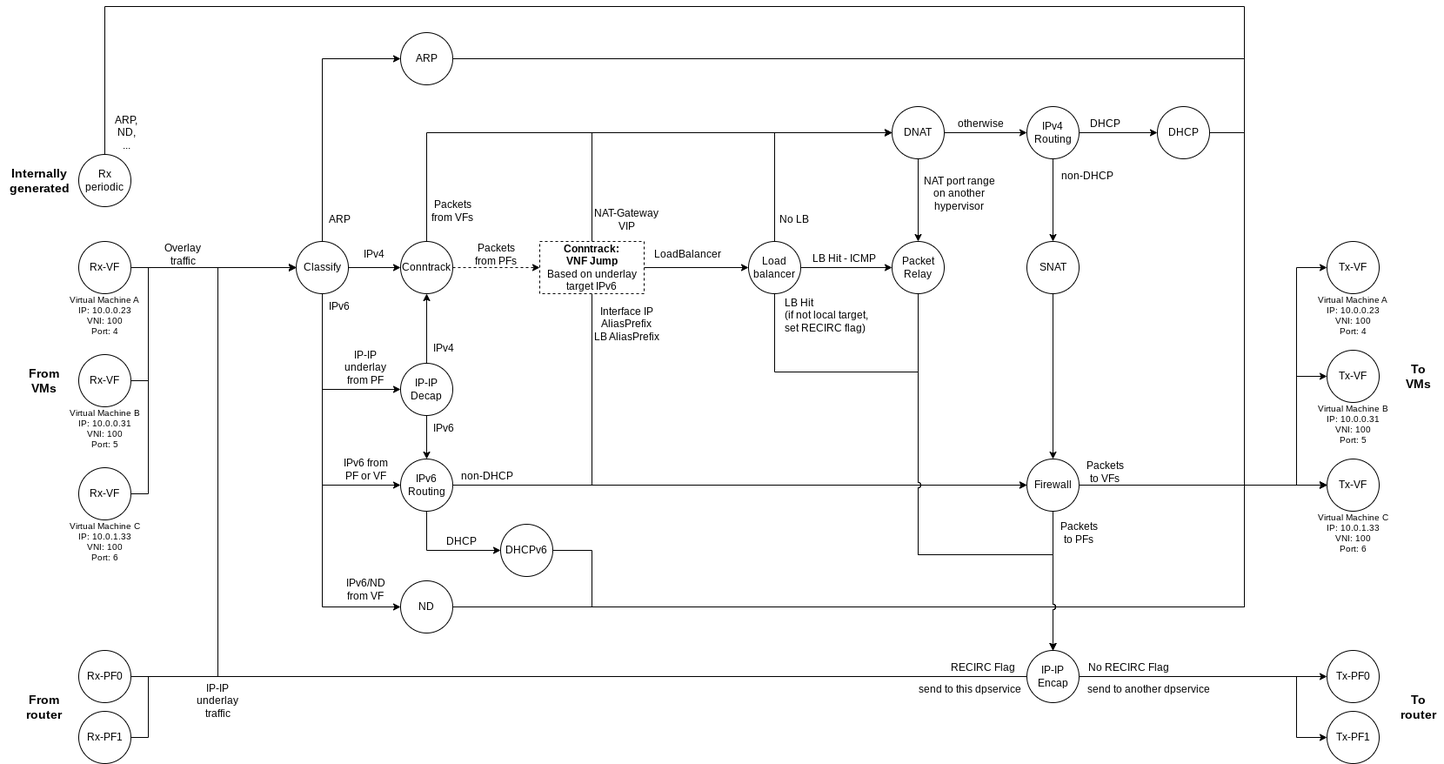
Above: docs/sys_design/dpservice_dataplane.drawio.png in ironcore-dev/dpservice (draw.io), before the change. Source tidied: cells renumbered, new cells last; positions are measured from the earlier drawing's top-left corner, leaving out a move shared by most shapes.
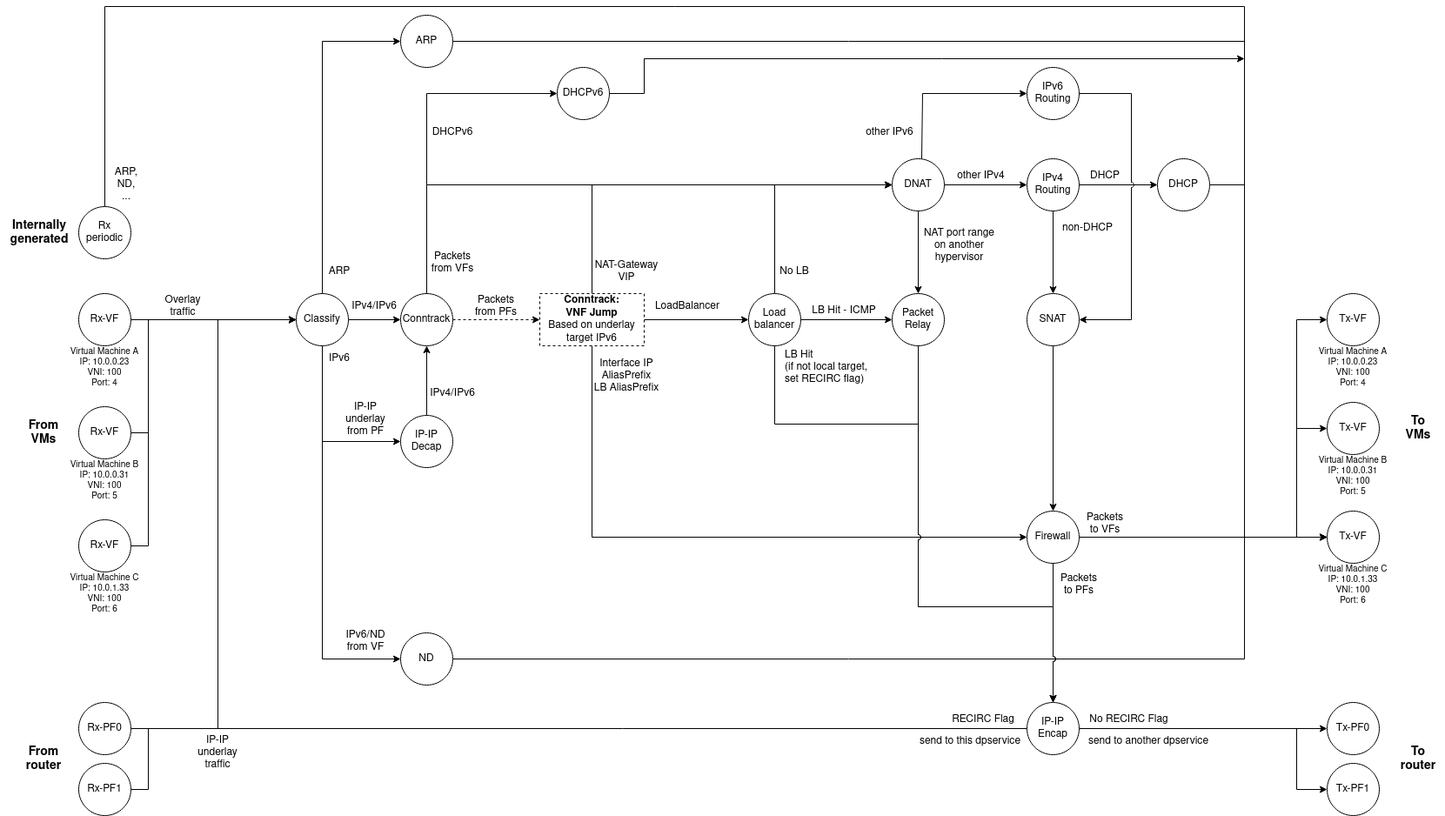
The same diagram one commit later.

Commit message:
Modify dataplane drawing to reflect ipv6 changes

The edit, as a diff of the source:
```diff
@@ -2,9 +2,6 @@
   <root>
     <mxCell id="0" />
     <mxCell id="1" parent="0" />
-    <mxCell id="2" style="edgeStyle=orthogonalEdgeStyle;rounded=0;jettySize=auto;html=1;exitX=1;exitY=0.5;exitDx=0;exitDy=0;entryX=0;entryY=0.5;entryDx=0;entryDy=0;" parent="1" edge="1" source="73" target="22">
-      <mxGeometry relative="1" as="geometry" />
-    </mxCell>
     <mxCell id="3" style="edgeStyle=orthogonalEdgeStyle;rounded=0;jettySize=auto;html=1;exitX=0.5;exitY=1;exitDx=0;exitDy=0;entryX=0;entryY=0.5;entryDx=0;entryDy=0;" parent="1" edge="1" source="84" target="22">
       <mxGeometry relative="1" as="geometry" />
     </mxCell>
@@ -64,9 +61,6 @@
     <mxCell id="18" style="edgeStyle=orthogonalEdgeStyle;rounded=0;jettySize=auto;html=1;exitX=0.5;exitY=1;exitDx=0;exitDy=0;entryX=0;entryY=0.5;entryDx=0;entryDy=0;" parent="1" edge="1" source="20" target="47">
       <mxGeometry relative="1" as="geometry" />
     </mxCell>
-    <mxCell id="19" style="edgeStyle=orthogonalEdgeStyle;rounded=0;jettySize=auto;html=1;exitX=0.5;exitY=1;exitDx=0;exitDy=0;entryX=0;entryY=0.5;entryDx=0;entryDy=0;" parent="1" edge="1" source="20" target="73">
-      <mxGeometry relative="1" as="geometry" />
-    </mxCell>
     <mxCell id="20" value="Classify" style="ellipse;whiteSpace=wrap;html=1;" parent="1" vertex="1">
       <mxGeometry x="340" y="270" width="60" height="60" as="geometry" />
     </mxCell>
@@ -169,13 +163,14 @@
     <mxCell id="44" style="edgeStyle=orthogonalEdgeStyle;rounded=0;jettySize=auto;html=1;exitX=1;exitY=0.5;exitDx=0;exitDy=0;entryX=0;entryY=0.5;entryDx=0;entryDy=0;" parent="1" edge="1" source="45" target="51">
       <mxGeometry relative="1" as="geometry">
         <Array as="points">
-          <mxPoint x="1430" y="60" />
+          <mxPoint x="520" y="-20" />
+          <mxPoint x="1430" y="-20" />
           <mxPoint x="1430" y="550" />
         </Array>
       </mxGeometry>
     </mxCell>
     <mxCell id="45" value="ARP" style="ellipse;whiteSpace=wrap;html=1;" parent="1" vertex="1">
-      <mxGeometry x="460" y="30" width="60" height="60" as="geometry" />
+      <mxGeometry x="460" y="-50" width="60" height="60" as="geometry" />
     </mxCell>
     <mxCell id="46" style="edgeStyle=orthogonalEdgeStyle;rounded=0;jettySize=auto;html=1;exitX=1;exitY=0.5;exitDx=0;exitDy=0;entryX=0;entryY=0.5;entryDx=0;entryDy=0;" parent="1" edge="1" source="47" target="51">
       <mxGeometry relative="1" as="geometry">
@@ -239,8 +234,8 @@
     <mxCell id="60" style="edgeStyle=orthogonalEdgeStyle;rounded=0;jettySize=auto;html=1;exitX=0.5;exitY=0;exitDx=0;exitDy=0;entryX=0;entryY=0.5;entryDx=0;entryDy=0;" parent="1" edge="1" source="61" target="51">
       <mxGeometry relative="1" as="geometry">
         <Array as="points">
-          <mxPoint x="120" />
-          <mxPoint x="1430" />
+          <mxPoint x="120" y="-60" />
+          <mxPoint x="1430" y="-60" />
           <mxPoint x="1430" y="550" />
         </Array>
       </mxGeometry>
@@ -257,9 +252,6 @@
     <mxCell id="64" value="ARP" style="text;html=1;strokeColor=none;fillColor=none;align=center;verticalAlign=middle;whiteSpace=wrap;rounded=0;" parent="1" vertex="1">
       <mxGeometry x="360" y="230" width="60" height="30" as="geometry" />
     </mxCell>
-    <mxCell id="65" style="edgeStyle=orthogonalEdgeStyle;rounded=0;jettySize=auto;html=1;entryX=0.5;entryY=0;entryDx=0;entryDy=0;" parent="1" edge="1" source="67" target="73">
-      <mxGeometry relative="1" as="geometry" />
-    </mxCell>
     <mxCell id="66" style="edgeStyle=orthogonalEdgeStyle;rounded=0;jettySize=auto;html=1;exitX=0.5;exitY=0;exitDx=0;exitDy=0;entryX=0.5;entryY=1;entryDx=0;entryDy=0;" parent="1" edge="1" source="67" target="95">
       <mxGeometry relative="1" as="geometry" />
     </mxCell>
@@ -272,46 +264,15 @@
     <mxCell id="69" value="IPv6" style="text;html=1;strokeColor=none;fillColor=none;align=center;verticalAlign=middle;whiteSpace=wrap;rounded=0;" parent="1" vertex="1">
       <mxGeometry x="360" y="330" width="60" height="30" as="geometry" />
     </mxCell>
-    <mxCell id="70" value="IPv4" style="text;html=1;strokeColor=none;fillColor=none;align=center;verticalAlign=middle;whiteSpace=wrap;rounded=0;" parent="1" vertex="1">
+    <mxCell id="70" value="IPv4/IPv6" style="text;html=1;strokeColor=none;fillColor=none;align=center;verticalAlign=middle;whiteSpace=wrap;rounded=0;" parent="1" vertex="1">
       <mxGeometry x="400" y="270" width="60" height="30" as="geometry" />
     </mxCell>
     <mxCell id="71" value="IPv6/ND&lt;br&gt;from VF" style="text;html=1;strokeColor=none;fillColor=none;align=center;verticalAlign=middle;whiteSpace=wrap;rounded=0;" parent="1" vertex="1">
       <mxGeometry x="390" y="655" width="60" height="30" as="geometry" />
     </mxCell>
-    <mxCell id="72" style="edgeStyle=orthogonalEdgeStyle;rounded=0;jettySize=auto;html=1;exitX=0.5;exitY=1;exitDx=0;exitDy=0;entryX=0;entryY=0.5;entryDx=0;entryDy=0;" parent="1" edge="1" source="73" target="76">
-      <mxGeometry relative="1" as="geometry" />
-    </mxCell>
-    <mxCell id="73" value="IPv6&lt;br&gt;Routing" style="ellipse;whiteSpace=wrap;html=1;" parent="1" vertex="1">
-      <mxGeometry x="460" y="520" width="60" height="60" as="geometry" />
-    </mxCell>
-    <mxCell id="74" value="IPv6 from PF or VF" style="text;html=1;strokeColor=none;fillColor=none;align=center;verticalAlign=middle;whiteSpace=wrap;rounded=0;" parent="1" vertex="1">
-      <mxGeometry x="390" y="517" width="60" height="30" as="geometry" />
-    </mxCell>
-    <mxCell id="75" style="edgeStyle=orthogonalEdgeStyle;rounded=0;jettySize=auto;html=1;exitX=1;exitY=0.5;exitDx=0;exitDy=0;entryX=0;entryY=0.5;entryDx=0;entryDy=0;" parent="1" edge="1" source="76" target="51">
-      <mxGeometry relative="1" as="geometry">
-        <Array as="points">
-          <mxPoint x="680" y="625" />
-          <mxPoint x="680" y="690" />
-          <mxPoint x="1430" y="690" />
-          <mxPoint x="1430" y="550" />
-        </Array>
-      </mxGeometry>
-    </mxCell>
-    <mxCell id="76" value="DHCPv6" style="ellipse;whiteSpace=wrap;html=1;" parent="1" vertex="1">
-      <mxGeometry x="575" y="595" width="60" height="60" as="geometry" />
-    </mxCell>
-    <mxCell id="77" value="IPv6" style="text;html=1;strokeColor=none;fillColor=none;align=center;verticalAlign=middle;whiteSpace=wrap;rounded=0;" parent="1" vertex="1">
-      <mxGeometry x="480" y="470" width="60" height="30" as="geometry" />
-    </mxCell>
-    <mxCell id="78" value="IPv4" style="text;html=1;strokeColor=none;fillColor=none;align=center;verticalAlign=middle;whiteSpace=wrap;rounded=0;" parent="1" vertex="1">
-      <mxGeometry x="480" y="377.5" width="60" height="30" as="geometry" />
+    <mxCell id="78" value="IPv4/IPv6" style="text;html=1;strokeColor=none;fillColor=none;align=center;verticalAlign=middle;whiteSpace=wrap;rounded=0;" parent="1" vertex="1">
+      <mxGeometry x="490" y="370" width="60" height="30" as="geometry" />
     </mxCell>
-    <mxCell id="79" value="non-DHCP" style="text;html=1;strokeColor=none;fillColor=none;align=center;verticalAlign=middle;whiteSpace=wrap;rounded=0;" parent="1" vertex="1">
-      <mxGeometry x="520" y="525" width="80" height="30" as="geometry" />
-    </mxCell>
-    <mxCell id="80" value="DHCP" style="text;html=1;strokeColor=none;fillColor=none;align=center;verticalAlign=middle;whiteSpace=wrap;rounded=0;" parent="1" vertex="1">
-      <mxGeometry x="500" y="600" width="60" height="30" as="geometry" />
-    </mxCell>
     <mxCell id="81" value="Packets&lt;br&gt;from VFs" style="text;html=1;strokeColor=none;fillColor=none;align=center;verticalAlign=middle;whiteSpace=wrap;rounded=0;" parent="1" vertex="1">
       <mxGeometry x="490" y="220" width="60" height="30" as="geometry" />
     </mxCell>
@@ -391,7 +352,7 @@
         </Array>
       </mxGeometry>
     </mxCell>
-    <mxCell id="100" value="otherwise" style="text;html=1;strokeColor=none;fillColor=none;align=center;verticalAlign=middle;whiteSpace=wrap;rounded=0;" parent="1" vertex="1">
+    <mxCell id="100" value="other IPv4" style="text;html=1;strokeColor=none;fillColor=none;align=center;verticalAlign=middle;whiteSpace=wrap;rounded=0;" parent="1" vertex="1">
       <mxGeometry x="1085" y="120" width="85" height="30" as="geometry" />
     </mxCell>
     <mxCell id="101" style="endArrow=classic;html=1;rounded=0;entryX=0;entryY=0.5;entryDx=0;entryDy=0;" parent="1" edge="1" target="31">
@@ -440,5 +401,50 @@
     <mxCell id="112" value="send to another dpservice" style="text;html=1;strokeColor=none;fillColor=none;align=center;verticalAlign=middle;whiteSpace=wrap;rounded=0;" parent="1" vertex="1">
       <mxGeometry x="1240" y="770" width="160" height="30" as="geometry" />
     </mxCell>
+    <mxCell id="73" value="IPv6&lt;br&gt;Routing" style="ellipse;whiteSpace=wrap;html=1;" parent="1" vertex="1">
+      <mxGeometry x="1180" y="10" width="60" height="60" as="geometry" />
+    </mxCell>
+    <mxCell id="113" style="endArrow=classic;html=1;rounded=0;entryX=0;entryY=0.5;entryDx=0;entryDy=0;" parent="1" edge="1" target="73">
+      <mxGeometry relative="1" as="geometry">
+        <mxPoint x="1059" y="115" as="sourcePoint" />
+        <Array as="points">
+          <mxPoint x="1060" y="40" />
+        </Array>
+      </mxGeometry>
+    </mxCell>
+    <mxCell id="114" value="other IPv6" style="text;html=1;strokeColor=none;fillColor=none;align=center;verticalAlign=middle;whiteSpace=wrap;rounded=0;" parent="1" vertex="1">
+      <mxGeometry x="980" y="70" width="85" height="30" as="geometry" />
+    </mxCell>
+    <mxCell id="115" value="DHCPv6" style="text;html=1;strokeColor=none;fillColor=none;align=center;verticalAlign=middle;whiteSpace=wrap;rounded=0;" parent="1" vertex="1">
+      <mxGeometry x="490" y="70" width="60" height="30" as="geometry" />
+    </mxCell>
+    <mxCell id="116" style="endArrow=classic;html=1;rounded=0;entryX=1;entryY=0.5;entryDx=0;entryDy=0;jumpStyle=arc;exitX=1;exitY=0.5;exitDx=0;exitDy=0;" parent="1" edge="1" source="73" target="14">
+      <mxGeometry relative="1" as="geometry">
+        <Array as="points">
+          <mxPoint x="1300" y="40" />
+          <mxPoint x="1300" y="90" />
+          <mxPoint x="1300" y="300" />
+        </Array>
+      </mxGeometry>
+    </mxCell>
+    <mxCell id="76" value="DHCPv6" style="ellipse;whiteSpace=wrap;html=1;" parent="1" vertex="1">
+      <mxGeometry x="640" y="10" width="60" height="60" as="geometry" />
+    </mxCell>
+    <mxCell id="117" style="endArrow=classic;html=1;rounded=0;entryX=0;entryY=0.5;entryDx=0;entryDy=0;exitX=0.5;exitY=0;exitDx=0;exitDy=0;" parent="1" edge="1" source="95" target="76">
+      <mxGeometry relative="1" as="geometry">
+        <Array as="points">
+          <mxPoint x="490" y="40" />
+        </Array>
+      </mxGeometry>
+    </mxCell>
+    <mxCell id="118" style="endArrow=classic;html=1;rounded=0;jumpStyle=arc;exitX=1;exitY=0.5;exitDx=0;exitDy=0;" parent="1" edge="1" source="76">
+      <mxGeometry relative="1" as="geometry">
+        <mxPoint x="1430" as="targetPoint" />
+        <Array as="points">
+          <mxPoint x="740" y="40" />
+          <mxPoint x="740" />
+        </Array>
+      </mxGeometry>
+    </mxCell>
   </root>
 </mxGraphModel>
```
